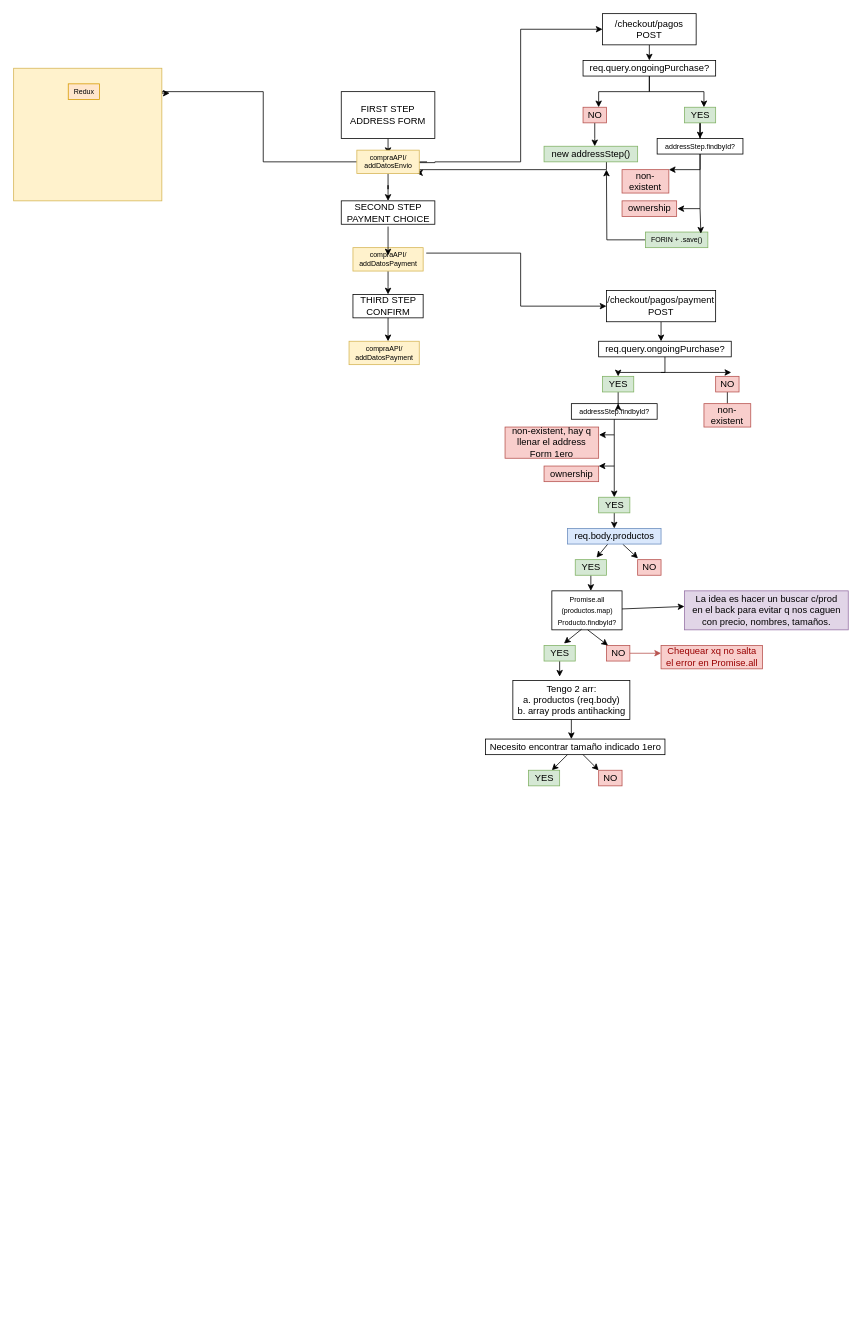
CarelessAsado/Graphs keeps this draw.io diagram as PERFUMERIAMUNDIAL/Untitled Diagram.drawio. Above is the earlier version. Source tidied: cells renumbered, new cells numbered last; positions are measured from the earlier drawing's top-left corner, leaving out a move shared by most shapes. Both pictures are drawn from the tidied source at 78%, with x=0, y=0 at pixel (13, 13).
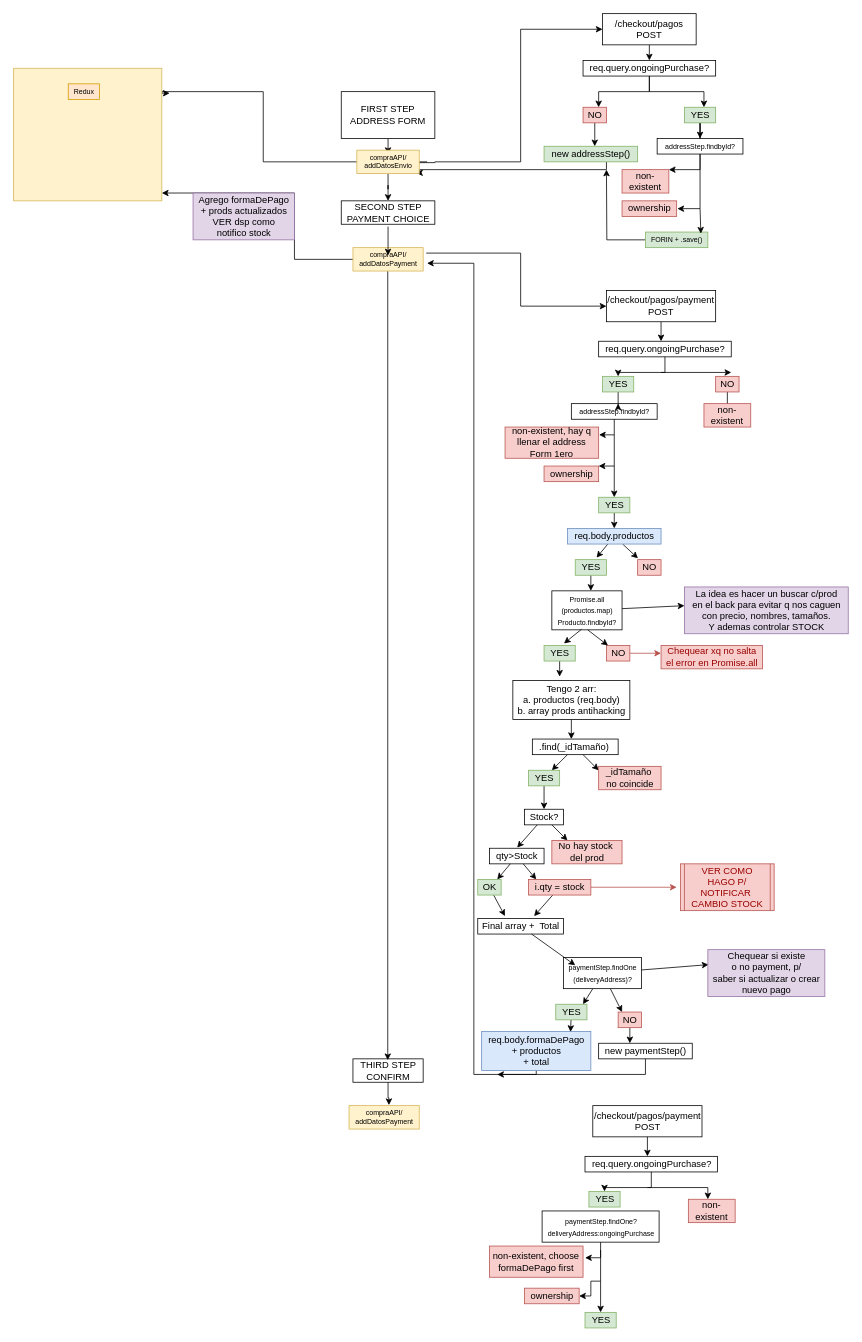
The same page after the edit.

The change refers to these unchanged cells:
```xml
<mxCell id="27" style="rounded=0;whiteSpace=wrap;html=1;labelBackgroundColor=#FFCCCC;fontSize=9;strokeColor=#d6b656;fillColor=#fff2cc;" parent="1" vertex="1">
  <mxGeometry y="70" width="190" height="170" as="geometry" />
</mxCell>
<mxCell id="30" value="compraAPI/&lt;br&gt;addDatosPayment" style="text;html=1;align=center;verticalAlign=middle;points=[];strokeColor=#d6b656;fillColor=#fff2cc;fontSize=9;" parent="1" vertex="1">
  <mxGeometry x="435" y="300" width="90" height="30" as="geometry" />
</mxCell>
<mxCell id="74" value="YES" style="text;html=1;align=center;verticalAlign=middle;points=[];strokeColor=#82b366;fillColor=#d5e8d4;" parent="1" vertex="1">
  <mxGeometry x="660" y="970" width="40" height="20" as="geometry" />
</mxCell>
```

Diff of the diagram source:
```diff
@@
-    <mxCell id="29" style="edgeStyle=orthogonalEdgeStyle;rounded=0;jettySize=auto;html=1;fontSize=9;" parent="1" edge="1" source="30">
+    <mxCell id="29" style="edgeStyle=orthogonalEdgeStyle;rounded=0;jettySize=auto;html=1;fontSize=9;entryX=0.496;entryY=0.056;entryDx=0;entryDy=0;entryPerimeter=0;" parent="1" edge="1" source="30" target="33">
       <mxGeometry relative="1" as="geometry">
-        <mxPoint x="480" y="360" as="targetPoint" />
+        <Array as="points">
+          <mxPoint x="480" y="1332" />
+        </Array>
       </mxGeometry>
     </mxCell>
+    <mxCell id="78" style="edgeStyle=orthogonalEdgeStyle;rounded=0;jettySize=auto;html=1;fontColor=#000000;entryX=1;entryY=0.941;entryDx=0;entryDy=0;entryPerimeter=0;" parent="1" edge="1" source="30" target="27">
+      <mxGeometry relative="1" as="geometry">
+        <Array as="points">
+          <mxPoint x="360" y="315" />
+          <mxPoint x="360" y="230" />
+        </Array>
+      </mxGeometry>
+    </mxCell>
@@
-    <mxCell id="32" style="edgeStyle=orthogonalEdgeStyle;rounded=0;jettySize=auto;html=1;" parent="1" edge="1" source="33">
-      <mxGeometry relative="1" as="geometry">
-        <mxPoint x="480" y="420" as="targetPoint" />
-      </mxGeometry>
+    <mxCell id="32" style="edgeStyle=orthogonalEdgeStyle;rounded=0;jettySize=auto;html=1;entryX=0.568;entryY=-0.024;entryDx=0;entryDy=0;entryPerimeter=0;" parent="1" edge="1" source="33" target="44">
+      <mxGeometry relative="1" as="geometry" />
     </mxCell>
     <mxCell id="33" value="THIRD STEP&lt;br&gt;CONFIRM" style="text;html=1;align=center;verticalAlign=middle;points=[];strokeColor=default;fillColor=none;" parent="1" vertex="1">
-      <mxGeometry x="435" y="360" width="90" height="30" as="geometry" />
+      <mxGeometry x="435" y="1340" width="90" height="30" as="geometry" />
     </mxCell>
@@
     <mxCell id="44" value="compraAPI/&lt;br&gt;addDatosPayment" style="text;html=1;align=center;verticalAlign=middle;points=[];strokeColor=#d6b656;fillColor=#fff2cc;fontSize=9;" parent="1" vertex="1">
-      <mxGeometry x="430" y="420" width="90" height="30" as="geometry" />
+      <mxGeometry x="430" y="1400" width="90" height="30" as="geometry" />
     </mxCell>
@@
-    <mxCell id="63" value="La idea es hacer un buscar c/prod &lt;br&gt;en el back para evitar q nos caguen &lt;br&gt;con precio, nombres, tamaños." style="text;html=1;align=center;verticalAlign=middle;points=[];strokeColor=#9673a6;glass=0;sketch=0;fillColor=#e1d5e7;" parent="1" vertex="1">
-      <mxGeometry x="860" y="740" width="210" height="50" as="geometry" />
+    <mxCell id="63" value="La idea es hacer un buscar c/prod &lt;br&gt;en el back para evitar q nos caguen &lt;br&gt;con precio, nombres, tamaños.&lt;br&gt;Y ademas controlar STOCK" style="text;html=1;align=center;verticalAlign=middle;points=[];strokeColor=#9673a6;glass=0;sketch=0;fillColor=#e1d5e7;" parent="1" vertex="1">
+      <mxGeometry x="860" y="735" width="210" height="60" as="geometry" />
     </mxCell>
@@
-    <mxCell id="73" value="Necesito encontrar tamaño indicado 1ero" style="text;html=1;align=center;verticalAlign=middle;points=[];strokeColor=default;" parent="1" vertex="1">
-      <mxGeometry x="605" y="930" width="230" height="20" as="geometry" />
+    <mxCell id="73" value=".find(_idTamaño)&amp;nbsp;" style="text;html=1;align=center;verticalAlign=middle;points=[];strokeColor=default;" parent="1" vertex="1">
+      <mxGeometry x="665" y="930" width="110" height="20" as="geometry" />
     </mxCell>
+    <mxCell id="79" style="edgeStyle=none;rounded=0;jettySize=auto;html=1;fontColor=#990000;" parent="1" edge="1" source="74" target="82">
+      <mxGeometry relative="1" as="geometry" />
+    </mxCell>
@@
-    <mxCell id="75" value="NO" style="text;html=1;align=center;verticalAlign=middle;strokeColor=#b85450;fillColor=#f8cecc;" parent="1" vertex="1">
-      <mxGeometry x="750" y="970" width="30" height="20" as="geometry" />
+    <mxCell id="75" value="_idTamaño&amp;nbsp;&lt;br&gt;no coincide" style="text;html=1;align=center;verticalAlign=middle;strokeColor=#b85450;fillColor=#f8cecc;" parent="1" vertex="1">
+      <mxGeometry x="750" y="965" width="80" height="30" as="geometry" />
     </mxCell>
@@
+    <mxCell id="80" style="edgeStyle=none;rounded=0;jettySize=auto;html=1;fontColor=#990000;" parent="1" edge="1" source="82">
+      <mxGeometry relative="1" as="geometry">
+        <mxPoint x="710" y="1060" as="targetPoint" />
+      </mxGeometry>
+    </mxCell>
+    <mxCell id="81" style="edgeStyle=none;rounded=0;jettySize=auto;html=1;fontColor=#990000;entryX=0.508;entryY=-0.041;entryDx=0;entryDy=0;entryPerimeter=0;" parent="1" edge="1" source="82" target="86">
+      <mxGeometry relative="1" as="geometry" />
+    </mxCell>
+    <mxCell id="82" value="Stock?" style="text;html=1;align=center;verticalAlign=middle;points=[];strokeColor=default;" parent="1" vertex="1">
+      <mxGeometry x="655" y="1020" width="50" height="20" as="geometry" />
+    </mxCell>
+    <mxCell id="83" value="No hay stock&amp;nbsp;&lt;br&gt;del prod" style="text;html=1;align=center;verticalAlign=middle;strokeColor=#b85450;fillColor=#f8cecc;" parent="1" vertex="1">
+      <mxGeometry x="690" y="1060" width="90" height="30" as="geometry" />
+    </mxCell>
+    <mxCell id="84" style="edgeStyle=none;rounded=0;jettySize=auto;html=1;fontColor=#990000;" parent="1" edge="1" source="86">
+      <mxGeometry relative="1" as="geometry">
+        <mxPoint x="620" y="1110" as="targetPoint" />
+      </mxGeometry>
+    </mxCell>
+    <mxCell id="85" style="edgeStyle=none;rounded=0;jettySize=auto;html=1;fontColor=#990000;" parent="1" edge="1" source="86">
+      <mxGeometry relative="1" as="geometry">
+        <mxPoint x="670" y="1110" as="targetPoint" />
+      </mxGeometry>
+    </mxCell>
+    <mxCell id="86" value="qty&amp;gt;Stock" style="text;html=1;align=center;verticalAlign=middle;points=[];strokeColor=default;" parent="1" vertex="1">
+      <mxGeometry x="610" y="1070" width="70" height="20" as="geometry" />
+    </mxCell>
+    <mxCell id="87" style="edgeStyle=none;rounded=0;jettySize=auto;html=1;fontColor=#990000;entryX=0.317;entryY=-0.15;entryDx=0;entryDy=0;entryPerimeter=0;" parent="1" edge="1" source="88" target="94">
+      <mxGeometry relative="1" as="geometry" />
+    </mxCell>
+    <mxCell id="88" value="OK" style="text;html=1;align=center;verticalAlign=middle;points=[];strokeColor=#82b366;fillColor=#d5e8d4;" parent="1" vertex="1">
+      <mxGeometry x="595" y="1110" width="30" height="20" as="geometry" />
+    </mxCell>
+    <mxCell id="89" style="edgeStyle=none;rounded=0;jettySize=auto;html=1;fontColor=#990000;fillColor=#f8cecc;strokeColor=#b85450;" parent="1" edge="1" source="91">
+      <mxGeometry relative="1" as="geometry">
+        <mxPoint x="850" y="1120" as="targetPoint" />
+      </mxGeometry>
+    </mxCell>
+    <mxCell id="90" style="edgeStyle=none;rounded=0;jettySize=auto;html=1;fontColor=#990000;entryX=0.657;entryY=-0.15;entryDx=0;entryDy=0;entryPerimeter=0;" parent="1" edge="1" source="91" target="94">
+      <mxGeometry relative="1" as="geometry" />
+    </mxCell>
+    <mxCell id="91" value="i.qty = stock" style="text;html=1;align=center;verticalAlign=middle;points=[];strokeColor=#b85450;fillColor=#f8cecc;" parent="1" vertex="1">
+      <mxGeometry x="660" y="1110" width="80" height="20" as="geometry" />
+    </mxCell>
+    <mxCell id="92" value="VER COMO&lt;br&gt;HAGO P/&lt;br&gt;NOTIFICAR&amp;nbsp;&lt;br&gt;CAMBIO STOCK" style="shape=process;whiteSpace=wrap;html=1;backgroundOutline=1;glass=0;sketch=0;strokeColor=#b85450;size=0.041666666666666664;fillColor=#f8cecc;fontColor=#990000;" parent="1" vertex="1">
+      <mxGeometry x="855" y="1090" width="120" height="60" as="geometry" />
+    </mxCell>
+    <mxCell id="93" style="edgeStyle=none;rounded=0;jettySize=auto;html=1;fontColor=#000000;" parent="1" edge="1" source="94">
+      <mxGeometry relative="1" as="geometry">
+        <mxPoint x="720" y="1220" as="targetPoint" />
+      </mxGeometry>
+    </mxCell>
+    <mxCell id="94" value="Final array +&amp;nbsp; Total" style="text;html=1;align=center;verticalAlign=middle;points=[];strokeColor=default;fillColor=none;fontColor=#000000;" parent="1" vertex="1">
+      <mxGeometry x="595" y="1160" width="110" height="20" as="geometry" />
+    </mxCell>
+    <mxCell id="95" style="edgeStyle=none;rounded=0;jettySize=auto;html=1;entryX=0.006;entryY=0.32;entryDx=0;entryDy=0;entryPerimeter=0;fontColor=#000000;" parent="1" edge="1" source="98" target="99">
+      <mxGeometry relative="1" as="geometry" />
+    </mxCell>
+    <mxCell id="96" style="edgeStyle=none;rounded=0;jettySize=auto;html=1;fontColor=#000000;" parent="1" edge="1" source="98">
+      <mxGeometry relative="1" as="geometry">
+        <mxPoint x="730" y="1270" as="targetPoint" />
+      </mxGeometry>
+    </mxCell>
+    <mxCell id="97" style="edgeStyle=none;rounded=0;jettySize=auto;html=1;fontColor=#000000;" parent="1" edge="1" source="98">
+      <mxGeometry relative="1" as="geometry">
+        <mxPoint x="780" y="1280" as="targetPoint" />
+      </mxGeometry>
+    </mxCell>
+    <mxCell id="98" value="&lt;font style=&quot;font-size: 9px&quot;&gt;paymentStep.findOne&lt;br&gt;(deliveryAddress)?&lt;/font&gt;" style="text;html=1;align=center;verticalAlign=middle;points=[];strokeColor=default;" parent="1" vertex="1">
+      <mxGeometry x="705" y="1210" width="100" height="40" as="geometry" />
+    </mxCell>
+    <mxCell id="99" value="Chequear si existe&lt;br&gt;o no payment, p/&lt;br&gt;saber si actualizar o crear&lt;br&gt;nuevo pago" style="text;html=1;align=center;verticalAlign=middle;points=[];strokeColor=#9673a6;glass=0;sketch=0;fillColor=#e1d5e7;" parent="1" vertex="1">
+      <mxGeometry x="890" y="1200" width="150" height="60" as="geometry" />
+    </mxCell>
+    <mxCell id="100" style="edgeStyle=orthogonalEdgeStyle;rounded=0;jettySize=auto;html=1;fontColor=#000000;" parent="1" edge="1" source="101">
+      <mxGeometry relative="1" as="geometry">
+        <mxPoint x="620" y="1360" as="targetPoint" />
+        <Array as="points">
+          <mxPoint x="670" y="1360" />
+          <mxPoint x="630" y="1360" />
+        </Array>
+      </mxGeometry>
+    </mxCell>
+    <mxCell id="101" value="req.body.formaDePago&lt;br&gt;+ productos&lt;br&gt;+ total" style="text;html=1;align=center;verticalAlign=middle;points=[];fillColor=#dae8fc;strokeColor=#6c8ebf;" parent="1" vertex="1">
+      <mxGeometry x="600" y="1305" width="140" height="50" as="geometry" />
+    </mxCell>
+    <mxCell id="102" style="edgeStyle=none;rounded=0;jettySize=auto;html=1;fontColor=#000000;" parent="1" edge="1" source="103">
+      <mxGeometry relative="1" as="geometry">
+        <mxPoint x="790" y="1320" as="targetPoint" />
+      </mxGeometry>
+    </mxCell>
+    <mxCell id="103" value="NO" style="text;html=1;align=center;verticalAlign=middle;points=[];strokeColor=#b85450;fillColor=#f8cecc;" parent="1" vertex="1">
+      <mxGeometry x="775" y="1280" width="30" height="20" as="geometry" />
+    </mxCell>
+    <mxCell id="104" style="edgeStyle=orthogonalEdgeStyle;rounded=0;jettySize=auto;html=1;fontColor=#000000;" parent="1" edge="1" source="105">
+      <mxGeometry relative="1" as="geometry">
+        <mxPoint x="530" y="320" as="targetPoint" />
+        <Array as="points">
+          <mxPoint x="810" y="1360" />
+          <mxPoint x="590" y="1360" />
+          <mxPoint x="590" y="320" />
+        </Array>
+      </mxGeometry>
+    </mxCell>
+    <mxCell id="105" value="new paymentStep()" style="text;html=1;align=center;verticalAlign=middle;points=[];strokeColor=default;" parent="1" vertex="1">
+      <mxGeometry x="750" y="1320" width="120" height="20" as="geometry" />
+    </mxCell>
+    <mxCell id="106" style="edgeStyle=none;rounded=0;jettySize=auto;html=1;entryX=0.814;entryY=0.01;entryDx=0;entryDy=0;entryPerimeter=0;fontColor=#000000;" parent="1" edge="1" source="107" target="101">
+      <mxGeometry relative="1" as="geometry" />
+    </mxCell>
+    <mxCell id="107" value="YES" style="text;html=1;align=center;verticalAlign=middle;points=[];strokeColor=#82b366;fillColor=#d5e8d4;" parent="1" vertex="1">
+      <mxGeometry x="695" y="1270" width="40" height="20" as="geometry" />
+    </mxCell>
+    <mxCell id="108" value="/checkout/pagos/payment&lt;br&gt;POST" style="whiteSpace=wrap;html=1;" parent="1" vertex="1">
+      <mxGeometry x="742.5" y="1400" width="140" height="40" as="geometry" />
+    </mxCell>
+    <mxCell id="109" style="edgeStyle=orthogonalEdgeStyle;rounded=0;jettySize=auto;html=1;fontSize=9;" parent="1" edge="1" source="108">
+      <mxGeometry relative="1" as="geometry">
+        <mxPoint x="812.5" y="1465" as="targetPoint" />
+      </mxGeometry>
+    </mxCell>
+    <mxCell id="110" value="req.query.ongoingPurchase?" style="text;html=1;align=center;verticalAlign=middle;points=[];strokeColor=default;fillColor=none;" parent="1" vertex="1">
+      <mxGeometry x="732.5" y="1465" width="170" height="20" as="geometry" />
+    </mxCell>
+    <mxCell id="111" style="edgeStyle=orthogonalEdgeStyle;rounded=0;jettySize=auto;html=1;" parent="1" edge="1" source="110" target="113">
+      <mxGeometry relative="1" as="geometry" />
+    </mxCell>
+    <mxCell id="112" style="endArrow=classic;html=1;rounded=0;" parent="1" edge="1">
+      <mxGeometry relative="1" as="geometry">
+        <mxPoint x="812.5" y="1505" as="sourcePoint" />
+        <mxPoint x="890" y="1520" as="targetPoint" />
+        <Array as="points">
+          <mxPoint x="890" y="1505" />
+        </Array>
+      </mxGeometry>
+    </mxCell>
+    <mxCell id="113" value="YES" style="text;html=1;align=center;verticalAlign=middle;points=[];strokeColor=#82b366;fillColor=#d5e8d4;" parent="1" vertex="1">
+      <mxGeometry x="737.5" y="1510" width="40" height="20" as="geometry" />
+    </mxCell>
+    <mxCell id="114" value="&lt;font style=&quot;font-size: 9px&quot;&gt;paymentStep.findOne?&lt;br&gt;deliveryAddress:ongoingPurchase&lt;br&gt;&lt;/font&gt;" style="text;html=1;align=center;verticalAlign=middle;points=[];strokeColor=default;" parent="1" vertex="1">
+      <mxGeometry x="677.5" y="1535" width="150" height="40" as="geometry" />
+    </mxCell>
+    <mxCell id="115" value="non-existent" style="whiteSpace=wrap;html=1;fillColor=#f8cecc;strokeColor=#b85450;" parent="1" vertex="1">
+      <mxGeometry x="865" y="1520" width="60" height="30" as="geometry" />
+    </mxCell>
+    <mxCell id="116" value="non-existent, choose&lt;br&gt;formaDePago first" style="whiteSpace=wrap;html=1;fillColor=#f8cecc;strokeColor=#b85450;" parent="1" vertex="1">
+      <mxGeometry x="610" y="1580" width="120" height="40" as="geometry" />
+    </mxCell>
+    <mxCell id="117" style="endArrow=classic;html=1;rounded=0;edgeStyle=orthogonalEdgeStyle;" parent="1" edge="1" target="118">
+      <mxGeometry relative="1" as="geometry">
+        <mxPoint x="752.5" y="1585" as="sourcePoint" />
+        <Array as="points">
+          <mxPoint x="753" y="1625" />
+          <mxPoint x="740" y="1625" />
+          <mxPoint x="740" y="1644" />
+        </Array>
+      </mxGeometry>
+    </mxCell>
+    <mxCell id="118" value="ownership" style="text;html=1;align=center;verticalAlign=middle;points=[];strokeColor=#b85450;fillColor=#f8cecc;" parent="1" vertex="1">
+      <mxGeometry x="655" y="1634" width="70" height="20" as="geometry" />
+    </mxCell>
+    <mxCell id="119" style="edgeStyle=orthogonalEdgeStyle;rounded=0;jettySize=auto;html=1;entryX=1.022;entryY=0.372;entryDx=0;entryDy=0;entryPerimeter=0;" parent="1" edge="1" source="114" target="116">
+      <mxGeometry relative="1" as="geometry" />
+    </mxCell>
+    <mxCell id="120" style="endArrow=classic;html=1;rounded=0;" parent="1" edge="1">
+      <mxGeometry relative="1" as="geometry">
+        <mxPoint x="752.5" y="1625" as="sourcePoint" />
+        <mxPoint x="752.5" y="1665" as="targetPoint" />
+      </mxGeometry>
+    </mxCell>
+    <mxCell id="121" value="YES" style="text;html=1;align=center;verticalAlign=middle;strokeColor=#82b366;fillColor=#d5e8d4;" parent="1" vertex="1">
+      <mxGeometry x="732.5" y="1665" width="40" height="20" as="geometry" />
+    </mxCell>
+    <mxCell id="122" value="Agrego formaDePago&lt;br&gt;+ prods actualizados&lt;br&gt;VER dsp como&lt;br&gt;notifico stock" style="text;html=1;align=center;verticalAlign=middle;strokeColor=#9673a6;fillColor=#e1d5e7;" parent="1" vertex="1">
+      <mxGeometry x="230" y="230" width="130" height="60" as="geometry" />
+    </mxCell>
```
